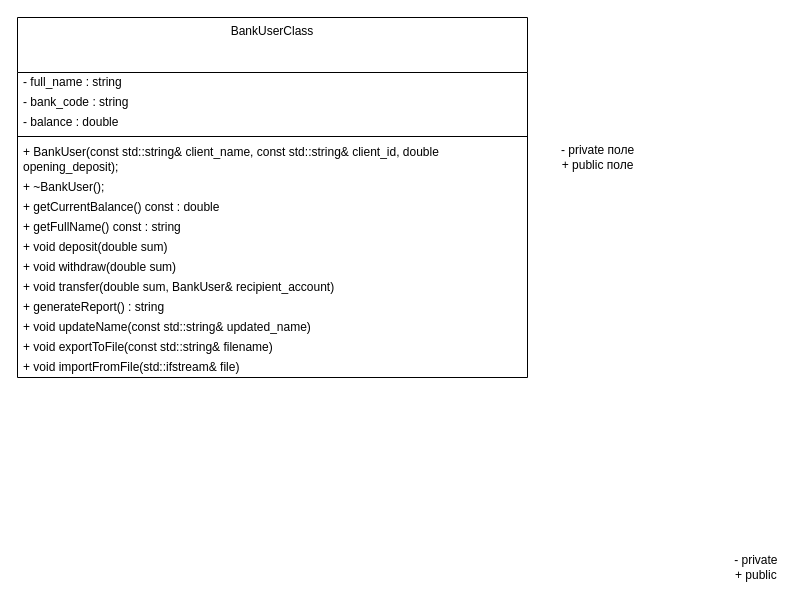
Ondosh/OOP-tasks keeps this draw.io diagram as 3 task (classes)/UML_classes.drawio. Above is the earlier version. Source tidied: cells renumbered, new cells numbered last; positions are measured from the earlier drawing's top-left corner, leaving out a move shared by most shapes. Both pictures are drawn from the tidied source at 100%, with x=0, y=0 at pixel (17, 17).
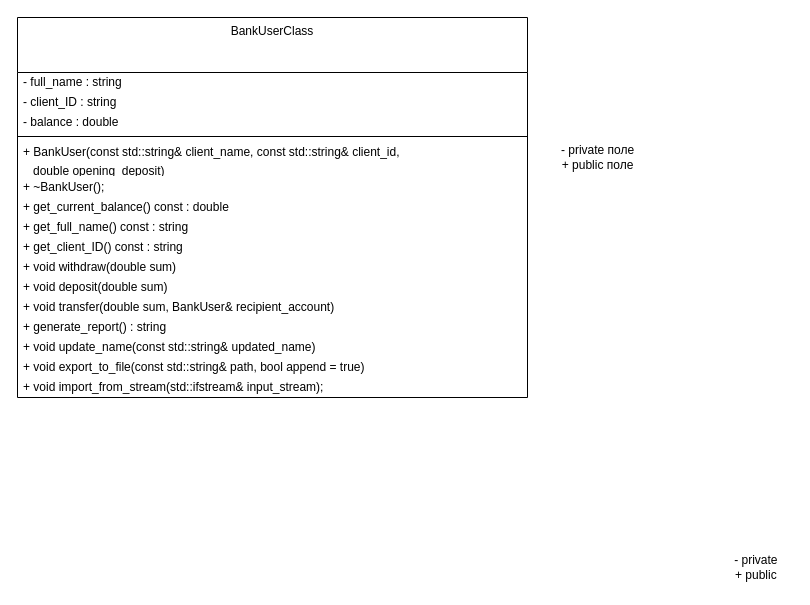
After the change.

Change to the diagram source:
```diff
@@
     <mxCell id="2" value="BankUserClass" style="swimlane;fontStyle=0;align=center;verticalAlign=top;horizontal=1;startSize=55;html=1;whiteSpace=wrap;" parent="1" vertex="1">
-      <mxGeometry width="510" height="360" as="geometry" />
+      <mxGeometry width="510" height="380" as="geometry" />
     </mxCell>
@@
-    <mxCell id="4" value="- bank_code : string&lt;span style=&quot;background-color: transparent;&quot;&gt;&amp;nbsp;&lt;/span&gt;" style="text;html=1;strokeColor=none;fillColor=none;align=left;verticalAlign=middle;spacingLeft=4;spacingRight=4;overflow=hidden;whiteSpace=wrap;" parent="2" vertex="1">
+    <mxCell id="4" value="- client_ID : string&lt;span style=&quot;background-color: transparent;&quot;&gt;&amp;nbsp;&lt;/span&gt;" style="text;html=1;strokeColor=none;fillColor=none;align=left;verticalAlign=middle;spacingLeft=4;spacingRight=4;overflow=hidden;whiteSpace=wrap;" parent="2" vertex="1">
       <mxGeometry y="75" width="510" height="20" as="geometry" />
     </mxCell>
@@
-    <mxCell id="7" value="+ BankUser(const std::string&amp;amp; client_name, const std::string&amp;amp; client_id, double opening_deposit);" style="text;html=1;strokeColor=none;fillColor=none;align=left;verticalAlign=middle;spacingLeft=4;spacingRight=4;overflow=hidden;whiteSpace=wrap;" parent="2" vertex="1">
+    <mxCell id="7" value="&lt;div style=&quot;line-height: 19px; white-space: pre;&quot;&gt;&lt;font style=&quot;color: rgb(0, 0, 0);&quot; face=&quot;Helvetica&quot;&gt;+&lt;/font&gt;&lt;font style=&quot;color: rgb(0, 0, 0);&quot; face=&quot;Helvetica&quot;&gt; BankUser(const std::string&amp;amp; client_name, const std::string&amp;amp; client_id, &lt;/font&gt;&lt;/div&gt;&lt;div style=&quot;line-height: 19px; white-space: pre;&quot;&gt;&lt;font style=&quot;color: rgb(0, 0, 0);&quot;&gt;&lt;font style=&quot;color: rgb(0, 0, 0);&quot; face=&quot;Helvetica&quot;&gt;   &lt;/font&gt;&lt;span style=&quot;background-color: transparent;&quot;&gt;double opening_deposit)&lt;/span&gt;&lt;/font&gt;&lt;/div&gt;" style="text;html=1;strokeColor=none;fillColor=none;align=left;verticalAlign=middle;spacingLeft=4;spacingRight=4;overflow=hidden;whiteSpace=wrap;" parent="2" vertex="1">
       <mxGeometry y="123" width="510" height="37" as="geometry" />
     </mxCell>
@@
-    <mxCell id="9" value="&lt;div&gt;+ getCurrentBalance() const : double&lt;/div&gt;" style="text;html=1;strokeColor=none;fillColor=none;align=left;verticalAlign=middle;spacingLeft=4;spacingRight=4;overflow=hidden;whiteSpace=wrap;" parent="2" vertex="1">
+    <mxCell id="9" value="&lt;div&gt;+ get_current_balance() const : double&lt;/div&gt;" style="text;html=1;strokeColor=none;fillColor=none;align=left;verticalAlign=middle;spacingLeft=4;spacingRight=4;overflow=hidden;whiteSpace=wrap;" parent="2" vertex="1">
       <mxGeometry y="180" width="510" height="20" as="geometry" />
     </mxCell>
-    <mxCell id="10" value="+ getFullName() const : string" style="text;html=1;strokeColor=none;fillColor=none;align=left;verticalAlign=middle;spacingLeft=4;spacingRight=4;overflow=hidden;whiteSpace=wrap;" parent="2" vertex="1">
+    <mxCell id="10" value="+ get_full_name() const : string" style="text;html=1;strokeColor=none;fillColor=none;align=left;verticalAlign=middle;spacingLeft=4;spacingRight=4;overflow=hidden;whiteSpace=wrap;" parent="2" vertex="1">
       <mxGeometry y="200" width="510" height="20" as="geometry" />
     </mxCell>
+    <mxCell id="20" value="+ get_client_ID() const : string" style="text;html=1;strokeColor=none;fillColor=none;align=left;verticalAlign=middle;spacingLeft=4;spacingRight=4;overflow=hidden;whiteSpace=wrap;" parent="2" vertex="1">
+      <mxGeometry y="220" width="510" height="20" as="geometry" />
+    </mxCell>
+    <mxCell id="12" value="+ void withdraw(double sum)" style="text;html=1;strokeColor=none;fillColor=none;align=left;verticalAlign=middle;spacingLeft=4;spacingRight=4;overflow=hidden;whiteSpace=wrap;" parent="2" vertex="1">
+      <mxGeometry y="240" width="510" height="20" as="geometry" />
+    </mxCell>
     <mxCell id="11" value="+ void deposit(double sum)" style="text;html=1;strokeColor=none;fillColor=none;align=left;verticalAlign=middle;spacingLeft=4;spacingRight=4;overflow=hidden;whiteSpace=wrap;" parent="2" vertex="1">
-      <mxGeometry y="220" width="510" height="20" as="geometry" />
+      <mxGeometry y="260" width="510" height="20" as="geometry" />
     </mxCell>
-    <mxCell id="12" value="+ void withdraw(double sum)" style="text;html=1;strokeColor=none;fillColor=none;align=left;verticalAlign=middle;spacingLeft=4;spacingRight=4;overflow=hidden;whiteSpace=wrap;" parent="2" vertex="1">
-      <mxGeometry y="240" width="510" height="20" as="geometry" />
-    </mxCell>
     <mxCell id="13" value="+ void transfer(double sum, BankUser&amp;amp; recipient_account)" style="text;html=1;strokeColor=none;fillColor=none;align=left;verticalAlign=middle;spacingLeft=4;spacingRight=4;overflow=hidden;whiteSpace=wrap;" parent="2" vertex="1">
-      <mxGeometry y="260" width="510" height="20" as="geometry" />
+      <mxGeometry y="280" width="510" height="20" as="geometry" />
     </mxCell>
-    <mxCell id="14" value="+ generateReport() : string" style="text;html=1;strokeColor=none;fillColor=none;align=left;verticalAlign=middle;spacingLeft=4;spacingRight=4;overflow=hidden;whiteSpace=wrap;" parent="2" vertex="1">
-      <mxGeometry y="280" width="510" height="20" as="geometry" />
+    <mxCell id="14" value="+ generate_report() : string" style="text;html=1;strokeColor=none;fillColor=none;align=left;verticalAlign=middle;spacingLeft=4;spacingRight=4;overflow=hidden;whiteSpace=wrap;" parent="2" vertex="1">
+      <mxGeometry y="300" width="510" height="20" as="geometry" />
     </mxCell>
-    <mxCell id="15" value="+ void updateName(const std::string&amp;amp; updated_name)" style="text;html=1;strokeColor=none;fillColor=none;align=left;verticalAlign=middle;spacingLeft=4;spacingRight=4;overflow=hidden;whiteSpace=wrap;" parent="2" vertex="1">
-      <mxGeometry y="300" width="510" height="20" as="geometry" />
+    <mxCell id="15" value="+ void update_name(const std::string&amp;amp; updated_name)" style="text;html=1;strokeColor=none;fillColor=none;align=left;verticalAlign=middle;spacingLeft=4;spacingRight=4;overflow=hidden;whiteSpace=wrap;" parent="2" vertex="1">
+      <mxGeometry y="320" width="510" height="20" as="geometry" />
     </mxCell>
-    <mxCell id="16" value="+ void exportToFile(const std::string&amp;amp; filename)" style="text;html=1;strokeColor=none;fillColor=none;align=left;verticalAlign=middle;spacingLeft=4;spacingRight=4;overflow=hidden;whiteSpace=wrap;" parent="2" vertex="1">
-      <mxGeometry y="320" width="510" height="20" as="geometry" />
+    <mxCell id="16" value="+ void export_to_file(const std::string&amp;amp; path, bool append = true)" style="text;html=1;strokeColor=none;fillColor=none;align=left;verticalAlign=middle;spacingLeft=4;spacingRight=4;overflow=hidden;whiteSpace=wrap;" parent="2" vertex="1">
+      <mxGeometry y="340" width="510" height="20" as="geometry" />
     </mxCell>
-    <mxCell id="17" value="+ void importFromFile(std::ifstream&amp;amp; file)" style="text;html=1;strokeColor=none;fillColor=none;align=left;verticalAlign=middle;spacingLeft=4;spacingRight=4;overflow=hidden;whiteSpace=wrap;" parent="2" vertex="1">
-      <mxGeometry y="340" width="510" height="20" as="geometry" />
+    <mxCell id="17" value="+ void import_from_stream(std::ifstream&amp;amp; input_stream);" style="text;html=1;strokeColor=none;fillColor=none;align=left;verticalAlign=middle;spacingLeft=4;spacingRight=4;overflow=hidden;whiteSpace=wrap;" parent="2" vertex="1">
+      <mxGeometry y="360" width="510" height="20" as="geometry" />
     </mxCell>
```
